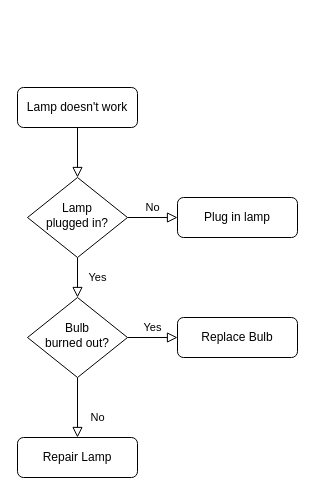
The draw.io diagram Diagramme sans nom.drawio in JUSTLETMECHOSEAFINGNICKNAMEALREADY/chatgpt-retrieval-plugin, before the edit. Source tidied: cells renumbered, new cells numbered last; positions are measured from the earlier drawing's top-left corner, leaving out a move shared by most shapes. Both pictures are drawn from the tidied source at 100%, with x=0, y=0 at pixel (17, 87).
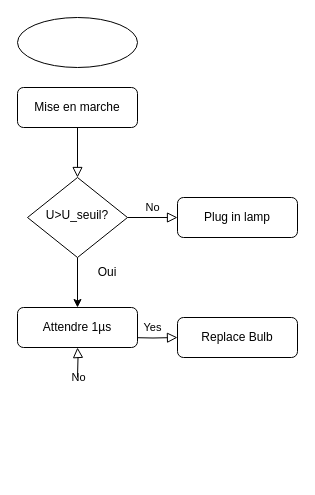
The same diagram, later.

What changed in the source:
```diff
@@
 <mxGraphModel>
   <root>
     <mxCell id="0" />
     <mxCell id="1" parent="0" />
     <mxCell id="2" style="rounded=0;html=1;jettySize=auto;fontSize=11;endArrow=block;endFill=0;endSize=8;strokeWidth=1;shadow=0;labelBackgroundColor=none;edgeStyle=orthogonalEdgeStyle;" parent="1" edge="1" source="3" target="6">
       <mxGeometry relative="1" as="geometry" />
     </mxCell>
-    <mxCell id="3" value="Lamp doesn't work" style="rounded=1;whiteSpace=wrap;html=1;fontSize=12;glass=0;strokeWidth=1;shadow=0;" parent="1" vertex="1">
+    <mxCell id="3" value="Mise en marche" style="rounded=1;whiteSpace=wrap;html=1;fontSize=12;glass=0;strokeWidth=1;shadow=0;" parent="1" vertex="1">
       <mxGeometry width="120" height="40" as="geometry" />
     </mxCell>
-    <mxCell id="4" value="Yes" style="rounded=0;html=1;jettySize=auto;fontSize=11;endArrow=block;endFill=0;endSize=8;strokeWidth=1;shadow=0;labelBackgroundColor=none;edgeStyle=orthogonalEdgeStyle;" parent="1" edge="1" source="6" target="10">
-      <mxGeometry y="20" relative="1" as="geometry" />
-    </mxCell>
     <mxCell id="5" value="No" style="edgeStyle=orthogonalEdgeStyle;rounded=0;html=1;jettySize=auto;fontSize=11;endArrow=block;endFill=0;endSize=8;strokeWidth=1;shadow=0;labelBackgroundColor=none;" parent="1" edge="1" source="6" target="7">
       <mxGeometry y="10" relative="1" as="geometry" />
     </mxCell>
+    <mxCell id="13" style="edgeStyle=orthogonalEdgeStyle;rounded=0;jettySize=auto;html=1;" parent="1" edge="1" source="6" target="11">
+      <mxGeometry relative="1" as="geometry" />
+    </mxCell>
-    <mxCell id="6" value="Lamp&lt;br&gt;plugged in?" style="rhombus;whiteSpace=wrap;html=1;shadow=0;fontFamily=Helvetica;fontSize=12;align=center;strokeWidth=1;spacing=6;spacingTop=-4;" parent="1" vertex="1">
+    <mxCell id="6" value="U&amp;gt;U_seuil?" style="rhombus;whiteSpace=wrap;html=1;shadow=0;fontFamily=Helvetica;fontSize=12;align=center;strokeWidth=1;spacing=6;spacingTop=-4;" parent="1" vertex="1">
       <mxGeometry x="10" y="90" width="100" height="80" as="geometry" />
     </mxCell>
     <mxCell id="7" value="Plug in lamp" style="rounded=1;whiteSpace=wrap;html=1;fontSize=12;glass=0;strokeWidth=1;shadow=0;" parent="1" vertex="1">
       <mxGeometry x="160" y="110" width="120" height="40" as="geometry" />
     </mxCell>
-    <mxCell id="8" value="No" style="rounded=0;html=1;jettySize=auto;fontSize=11;endArrow=block;endFill=0;endSize=8;strokeWidth=1;shadow=0;labelBackgroundColor=none;edgeStyle=orthogonalEdgeStyle;" parent="1" edge="1" source="10" target="11">
-      <mxGeometry x="0.33" y="20" relative="1" as="geometry" />
+    <mxCell id="8" value="No" style="rounded=0;html=1;jettySize=auto;fontSize=11;endArrow=block;endFill=0;endSize=8;strokeWidth=1;shadow=0;labelBackgroundColor=none;edgeStyle=orthogonalEdgeStyle;" parent="1" edge="1" target="11">
+      <mxGeometry x="0.33" y="20" relative="1" as="geometry">
+        <mxPoint x="60" y="290" as="sourcePoint" />
+      </mxGeometry>
     </mxCell>
-    <mxCell id="9" value="Yes" style="edgeStyle=orthogonalEdgeStyle;rounded=0;html=1;jettySize=auto;fontSize=11;endArrow=block;endFill=0;endSize=8;strokeWidth=1;shadow=0;labelBackgroundColor=none;" parent="1" edge="1" source="10" target="12">
-      <mxGeometry y="10" relative="1" as="geometry" />
+    <mxCell id="9" value="Yes" style="edgeStyle=orthogonalEdgeStyle;rounded=0;html=1;jettySize=auto;fontSize=11;endArrow=block;endFill=0;endSize=8;strokeWidth=1;shadow=0;labelBackgroundColor=none;" parent="1" edge="1" target="12">
+      <mxGeometry y="10" relative="1" as="geometry">
+        <mxPoint x="110" y="250" as="sourcePoint" />
+      </mxGeometry>
     </mxCell>
-    <mxCell id="10" value="Bulb&lt;br&gt;burned out?" style="rhombus;whiteSpace=wrap;html=1;shadow=0;fontFamily=Helvetica;fontSize=12;align=center;strokeWidth=1;spacing=6;spacingTop=-4;" parent="1" vertex="1">
-      <mxGeometry x="10" y="210" width="100" height="80" as="geometry" />
-    </mxCell>
-    <mxCell id="11" value="Repair Lamp" style="rounded=1;whiteSpace=wrap;html=1;fontSize=12;glass=0;strokeWidth=1;shadow=0;" parent="1" vertex="1">
-      <mxGeometry y="350" width="120" height="40" as="geometry" />
+    <mxCell id="11" value="Attendre 1µs" style="rounded=1;whiteSpace=wrap;html=1;fontSize=12;glass=0;strokeWidth=1;shadow=0;" parent="1" vertex="1">
+      <mxGeometry y="220" width="120" height="40" as="geometry" />
     </mxCell>
     <mxCell id="12" value="Replace Bulb" style="rounded=1;whiteSpace=wrap;html=1;fontSize=12;glass=0;strokeWidth=1;shadow=0;" parent="1" vertex="1">
       <mxGeometry x="160" y="230" width="120" height="40" as="geometry" />
     </mxCell>
+    <mxCell id="14" style="ellipse;whiteSpace=wrap;html=1;" parent="1" vertex="1">
+      <mxGeometry y="-70" width="120" height="50" as="geometry" />
+    </mxCell>
+    <mxCell id="15" value="Oui" style="text;html=1;align=center;verticalAlign=middle;whiteSpace=wrap;rounded=0;" parent="1" vertex="1">
+      <mxGeometry x="60" y="170" width="60" height="30" as="geometry" />
+    </mxCell>
   </root>
 </mxGraphModel>
```
